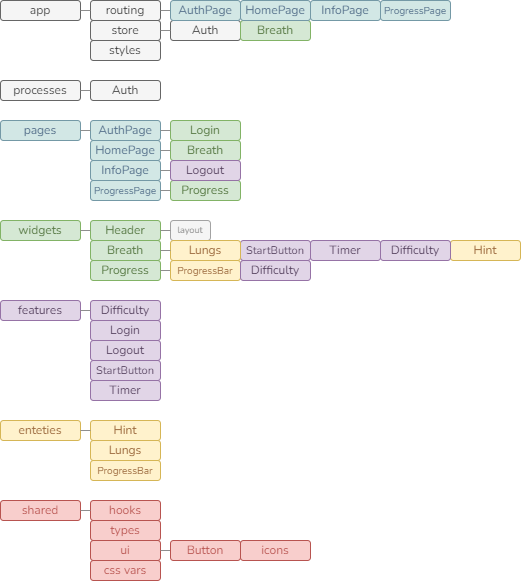
Before: src/assets/breath-structure.drawio.png, a diagram exported from draw.io (AlexandrKataev/breath-react). Source tidied: cells renumbered, new cells last; positions are measured from the earlier drawing's top-left corner, leaving out a move shared by most shapes.
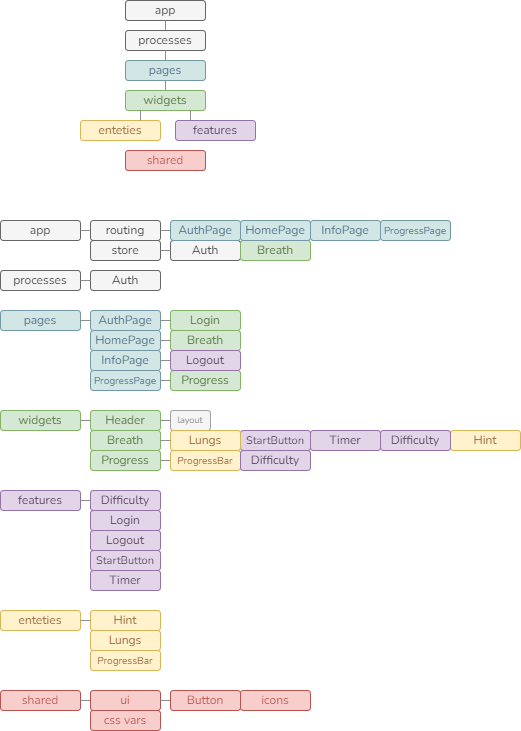
Later version of the same file.

Change to the diagram source:
```diff
@@ -6,7 +6,7 @@
       <mxGeometry relative="1" as="geometry" />
     </mxCell>
     <mxCell id="3" value="app" style="rounded=1;whiteSpace=wrap;html=1;fontFamily=Nunito;fontSource=https%3A%2F%2Ffonts.googleapis.com%2Fcss%3Ffamily%3DNunito;fillColor=#f5f5f5;fontColor=#333333;strokeColor=#666666;" parent="1" vertex="1">
-      <mxGeometry width="80" height="20" as="geometry" />
+      <mxGeometry y="30" width="80" height="20" as="geometry" />
     </mxCell>
     <mxCell id="4" value="pages" style="rounded=1;whiteSpace=wrap;html=1;fontFamily=Nunito;fontSource=https%3A%2F%2Ffonts.googleapis.com%2Fcss%3Ffamily%3DNunito;fillColor=#D2E7E5;strokeColor=#7499A6;fontColor=#57728C;" parent="1" vertex="1">
       <mxGeometry y="120" width="80" height="20" as="geometry" />
@@ -21,13 +21,10 @@
       <mxGeometry y="500" width="80" height="20" as="geometry" />
     </mxCell>
     <mxCell id="8" value="store" style="rounded=1;whiteSpace=wrap;html=1;fontFamily=Nunito;fontSource=https%3A%2F%2Ffonts.googleapis.com%2Fcss%3Ffamily%3DNunito;fillColor=#f5f5f5;fontColor=#333333;strokeColor=#666666;" parent="1" vertex="1">
-      <mxGeometry x="90" y="20" width="70" height="20" as="geometry" />
+      <mxGeometry x="90" y="50" width="70" height="20" as="geometry" />
     </mxCell>
-    <mxCell id="9" value="styles" style="rounded=1;whiteSpace=wrap;html=1;fontFamily=Nunito;fontSource=https%3A%2F%2Ffonts.googleapis.com%2Fcss%3Ffamily%3DNunito;fillColor=#f5f5f5;fontColor=#333333;strokeColor=#666666;" parent="1" vertex="1">
-      <mxGeometry x="90" y="40" width="70" height="20" as="geometry" />
-    </mxCell>
     <mxCell id="10" value="routing" style="rounded=1;whiteSpace=wrap;html=1;fontFamily=Nunito;fontSource=https%3A%2F%2Ffonts.googleapis.com%2Fcss%3Ffamily%3DNunito;fillColor=#f5f5f5;fontColor=#333333;strokeColor=#666666;" parent="1" vertex="1">
-      <mxGeometry x="90" width="70" height="20" as="geometry" />
+      <mxGeometry x="90" y="30" width="70" height="20" as="geometry" />
     </mxCell>
     <mxCell id="11" value="InfoPage" style="rounded=1;whiteSpace=wrap;html=1;fontFamily=Nunito;fontSource=https%3A%2F%2Ffonts.googleapis.com%2Fcss%3Ffamily%3DNunito;fillColor=#D2E7E5;strokeColor=#7499A6;fontColor=#57728C;" parent="1" vertex="1">
       <mxGeometry x="90" y="160" width="70" height="20" as="geometry" />
@@ -57,14 +54,8 @@
       <mxGeometry x="90" y="80" width="70" height="20" as="geometry" />
     </mxCell>
     <mxCell id="20" value="css vars" style="rounded=1;whiteSpace=wrap;html=1;fontFamily=Nunito;fontSource=https%3A%2F%2Ffonts.googleapis.com%2Fcss%3Ffamily%3DNunito;fillColor=#f8cecc;strokeColor=#b85450;fontColor=#B85450;" parent="1" vertex="1">
-      <mxGeometry x="90" y="560" width="70" height="20" as="geometry" />
+      <mxGeometry x="90" y="520" width="70" height="20" as="geometry" />
     </mxCell>
-    <mxCell id="21" value="hooks" style="rounded=1;whiteSpace=wrap;html=1;fontFamily=Nunito;fontSource=https%3A%2F%2Ffonts.googleapis.com%2Fcss%3Ffamily%3DNunito;fillColor=#f8cecc;strokeColor=#b85450;fontColor=#B85450;" parent="1" vertex="1">
-      <mxGeometry x="90" y="500" width="70" height="20" as="geometry" />
-    </mxCell>
-    <mxCell id="22" value="types" style="rounded=1;whiteSpace=wrap;html=1;fontFamily=Nunito;fontSource=https%3A%2F%2Ffonts.googleapis.com%2Fcss%3Ffamily%3DNunito;fillColor=#f8cecc;strokeColor=#b85450;fontColor=#B85450;" parent="1" vertex="1">
-      <mxGeometry x="90" y="520" width="70" height="20" as="geometry" />
-    </mxCell>
     <mxCell id="23" value="widgets" style="rounded=1;whiteSpace=wrap;html=1;fillColor=#d5e8d4;strokeColor=#82b366;fontFamily=Nunito;fontSource=https%3A%2F%2Ffonts.googleapis.com%2Fcss%3Ffamily%3DNunito;fontColor=#597A46;" parent="1" vertex="1">
       <mxGeometry y="220" width="80" height="20" as="geometry" />
     </mxCell>
@@ -129,10 +120,10 @@
       <mxGeometry x="160" y="265" width="10" height="10" as="geometry" />
     </mxCell>
     <mxCell id="44" style="line;strokeWidth=1;strokeColor=#8F8F8F;fontSize=1;html=1;" parent="1" vertex="1">
-      <mxGeometry x="160" y="5" width="10" height="10" as="geometry" />
+      <mxGeometry x="160" y="35" width="10" height="10" as="geometry" />
     </mxCell>
     <mxCell id="45" style="line;strokeWidth=1;strokeColor=#8F8F8F;fontSize=1;html=1;" parent="1" vertex="1">
-      <mxGeometry x="80" y="5" width="10" height="10" as="geometry" />
+      <mxGeometry x="80" y="35" width="10" height="10" as="geometry" />
     </mxCell>
     <mxCell id="46" style="line;strokeWidth=1;strokeColor=#8F8F8F;fontSize=1;html=1;" parent="1" vertex="1">
       <mxGeometry x="80" y="85" width="10" height="10" as="geometry" />
@@ -162,19 +153,19 @@
       <mxGeometry x="380" y="240" width="70" height="20" as="geometry" />
     </mxCell>
     <mxCell id="55" value="ui" style="rounded=1;whiteSpace=wrap;html=1;fontFamily=Nunito;fontSource=https%3A%2F%2Ffonts.googleapis.com%2Fcss%3Ffamily%3DNunito;fillColor=#f8cecc;strokeColor=#b85450;fontColor=#B85450;" parent="1" vertex="1">
-      <mxGeometry x="90" y="540" width="70" height="20" as="geometry" />
+      <mxGeometry x="90" y="500" width="70" height="20" as="geometry" />
     </mxCell>
     <mxCell id="56" value="icons" style="rounded=1;whiteSpace=wrap;html=1;fontFamily=Nunito;fontSource=https%3A%2F%2Ffonts.googleapis.com%2Fcss%3Ffamily%3DNunito;fillColor=#f8cecc;strokeColor=#b85450;fontColor=#B85450;" parent="1" vertex="1">
-      <mxGeometry x="240" y="540" width="70" height="20" as="geometry" />
+      <mxGeometry x="240" y="500" width="70" height="20" as="geometry" />
     </mxCell>
     <mxCell id="57" value="Auth" style="rounded=1;whiteSpace=wrap;html=1;fontFamily=Nunito;fontSource=https%3A%2F%2Ffonts.googleapis.com%2Fcss%3Ffamily%3DNunito;fillColor=#f5f5f5;fontColor=#333333;strokeColor=#666666;" parent="1" vertex="1">
-      <mxGeometry x="170" y="20" width="70" height="20" as="geometry" />
+      <mxGeometry x="170" y="50" width="70" height="20" as="geometry" />
     </mxCell>
     <mxCell id="58" value="Breath" style="rounded=1;whiteSpace=wrap;html=1;fillColor=#d5e8d4;strokeColor=#82b366;fontFamily=Nunito;fontSource=https%3A%2F%2Ffonts.googleapis.com%2Fcss%3Ffamily%3DNunito;fontColor=#597A46;" parent="1" vertex="1">
-      <mxGeometry x="240" y="20" width="70" height="20" as="geometry" />
+      <mxGeometry x="240" y="50" width="70" height="20" as="geometry" />
     </mxCell>
     <mxCell id="59" style="line;strokeWidth=1;strokeColor=#8F8F8F;fontSize=1;html=1;" parent="1" vertex="1">
-      <mxGeometry x="160" y="25" width="10" height="10" as="geometry" />
+      <mxGeometry x="160" y="55" width="10" height="10" as="geometry" />
     </mxCell>
     <mxCell id="60" value="Logout" style="rounded=1;whiteSpace=wrap;html=1;fillColor=#e1d5e7;strokeColor=#9673a6;fontFamily=Nunito;fontSource=https%3A%2F%2Ffonts.googleapis.com%2Fcss%3Ffamily%3DNunito;fontColor=#55415E;" parent="1" vertex="1">
       <mxGeometry x="90" y="340" width="70" height="20" as="geometry" />
@@ -189,22 +180,58 @@
       <mxGeometry x="160" y="125" width="10" height="10" as="geometry" />
     </mxCell>
     <mxCell id="64" value="AuthPage" style="rounded=1;whiteSpace=wrap;html=1;fontFamily=Nunito;fontSource=https%3A%2F%2Ffonts.googleapis.com%2Fcss%3Ffamily%3DNunito;fillColor=#D2E7E5;strokeColor=#7499A6;fontColor=#57728C;" parent="1" vertex="1">
-      <mxGeometry x="170" width="70" height="20" as="geometry" />
+      <mxGeometry x="170" y="30" width="70" height="20" as="geometry" />
     </mxCell>
     <mxCell id="65" value="HomePage" style="rounded=1;whiteSpace=wrap;html=1;fontFamily=Nunito;fontSource=https%3A%2F%2Ffonts.googleapis.com%2Fcss%3Ffamily%3DNunito;fillColor=#D2E7E5;strokeColor=#7499A6;fontColor=#57728C;" parent="1" vertex="1">
-      <mxGeometry x="240" width="70" height="20" as="geometry" />
+      <mxGeometry x="240" y="30" width="70" height="20" as="geometry" />
     </mxCell>
     <mxCell id="66" value="InfoPage" style="rounded=1;whiteSpace=wrap;html=1;fontFamily=Nunito;fontSource=https%3A%2F%2Ffonts.googleapis.com%2Fcss%3Ffamily%3DNunito;fillColor=#D2E7E5;strokeColor=#7499A6;fontColor=#57728C;" parent="1" vertex="1">
-      <mxGeometry x="310" width="70" height="20" as="geometry" />
+      <mxGeometry x="310" y="30" width="70" height="20" as="geometry" />
     </mxCell>
     <mxCell id="67" value="ProgressPage" style="rounded=1;whiteSpace=wrap;html=1;fontFamily=Nunito;fontSource=https%3A%2F%2Ffonts.googleapis.com%2Fcss%3Ffamily%3DNunito;fillColor=#D2E7E5;strokeColor=#7499A6;fontColor=#57728C;fontSize=10;" parent="1" vertex="1">
-      <mxGeometry x="380" width="70" height="20" as="geometry" />
+      <mxGeometry x="380" y="30" width="70" height="20" as="geometry" />
     </mxCell>
     <mxCell id="68" style="line;strokeWidth=1;strokeColor=#8F8F8F;fontSize=1;html=1;" parent="1" vertex="1">
-      <mxGeometry x="160" y="545" width="10" height="10" as="geometry" />
+      <mxGeometry x="160" y="505" width="10" height="10" as="geometry" />
     </mxCell>
     <mxCell id="69" value="Button" style="rounded=1;whiteSpace=wrap;html=1;fontFamily=Nunito;fontSource=https%3A%2F%2Ffonts.googleapis.com%2Fcss%3Ffamily%3DNunito;fillColor=#f8cecc;strokeColor=#b85450;fontColor=#B85450;" parent="1" vertex="1">
-      <mxGeometry x="170" y="540" width="70" height="20" as="geometry" />
+      <mxGeometry x="170" y="500" width="70" height="20" as="geometry" />
     </mxCell>
+    <mxCell id="70" value="app" style="rounded=1;whiteSpace=wrap;html=1;fontFamily=Nunito;fontSource=https%3A%2F%2Ffonts.googleapis.com%2Fcss%3Ffamily%3DNunito;fillColor=#f5f5f5;fontColor=#333333;strokeColor=#666666;" parent="1" vertex="1">
+      <mxGeometry x="125" y="-190" width="80" height="20" as="geometry" />
+    </mxCell>
+    <mxCell id="71" value="processes" style="rounded=1;whiteSpace=wrap;html=1;fontFamily=Nunito;fontSource=https%3A%2F%2Ffonts.googleapis.com%2Fcss%3Ffamily%3DNunito;fillColor=#f5f5f5;fontColor=#333333;strokeColor=#666666;" parent="1" vertex="1">
+      <mxGeometry x="125" y="-160" width="80" height="20" as="geometry" />
+    </mxCell>
+    <mxCell id="72" value="pages" style="rounded=1;whiteSpace=wrap;html=1;fontFamily=Nunito;fontSource=https%3A%2F%2Ffonts.googleapis.com%2Fcss%3Ffamily%3DNunito;fillColor=#D2E7E5;strokeColor=#7499A6;fontColor=#57728C;" parent="1" vertex="1">
+      <mxGeometry x="125" y="-130" width="80" height="20" as="geometry" />
+    </mxCell>
+    <mxCell id="73" value="widgets" style="rounded=1;whiteSpace=wrap;html=1;fillColor=#d5e8d4;strokeColor=#82b366;fontFamily=Nunito;fontSource=https%3A%2F%2Ffonts.googleapis.com%2Fcss%3Ffamily%3DNunito;fontColor=#597A46;" parent="1" vertex="1">
+      <mxGeometry x="125" y="-100" width="80" height="20" as="geometry" />
+    </mxCell>
+    <mxCell id="74" value="features" style="rounded=1;whiteSpace=wrap;html=1;fillColor=#e1d5e7;strokeColor=#9673a6;fontFamily=Nunito;fontSource=https%3A%2F%2Ffonts.googleapis.com%2Fcss%3Ffamily%3DNunito;fontColor=#55415E;" parent="1" vertex="1">
+      <mxGeometry x="175" y="-70" width="80" height="20" as="geometry" />
+    </mxCell>
+    <mxCell id="75" value="enteties" style="rounded=1;whiteSpace=wrap;html=1;fillColor=#fff2cc;strokeColor=#d6b656;fontFamily=Nunito;fontSource=https%3A%2F%2Ffonts.googleapis.com%2Fcss%3Ffamily%3DNunito;fontColor=#9C6A3E;" parent="1" vertex="1">
+      <mxGeometry x="80" y="-70" width="80" height="20" as="geometry" />
+    </mxCell>
+    <mxCell id="76" value="shared" style="rounded=1;whiteSpace=wrap;html=1;fontFamily=Nunito;fontSource=https%3A%2F%2Ffonts.googleapis.com%2Fcss%3Ffamily%3DNunito;fillColor=#f8cecc;strokeColor=#b85450;fontColor=#B85450;" parent="1" vertex="1">
+      <mxGeometry x="125" y="-40" width="80" height="20" as="geometry" />
+    </mxCell>
+    <mxCell id="77" style="line;strokeWidth=1;strokeColor=#8F8F8F;fontSize=1;html=1;direction=south;" parent="1" vertex="1">
+      <mxGeometry x="160" y="-170" width="10" height="10" as="geometry" />
+    </mxCell>
+    <mxCell id="78" style="line;strokeWidth=1;strokeColor=#8F8F8F;fontSize=1;html=1;direction=south;" parent="1" vertex="1">
+      <mxGeometry x="160" y="-140" width="10" height="10" as="geometry" />
+    </mxCell>
+    <mxCell id="79" style="line;strokeWidth=1;strokeColor=#8F8F8F;fontSize=1;html=1;direction=south;" parent="1" vertex="1">
+      <mxGeometry x="160" y="-110" width="10" height="10" as="geometry" />
+    </mxCell>
+    <mxCell id="80" style="line;strokeWidth=1;strokeColor=#8F8F8F;fontSize=1;html=1;direction=south;" parent="1" vertex="1">
+      <mxGeometry x="185" y="-80" width="10" height="10" as="geometry" />
+    </mxCell>
+    <mxCell id="81" style="line;strokeWidth=1;strokeColor=#8F8F8F;fontSize=1;html=1;direction=south;" parent="1" vertex="1">
+      <mxGeometry x="135" y="-80" width="10" height="10" as="geometry" />
+    </mxCell>
   </root>
 </mxGraphModel>
```
